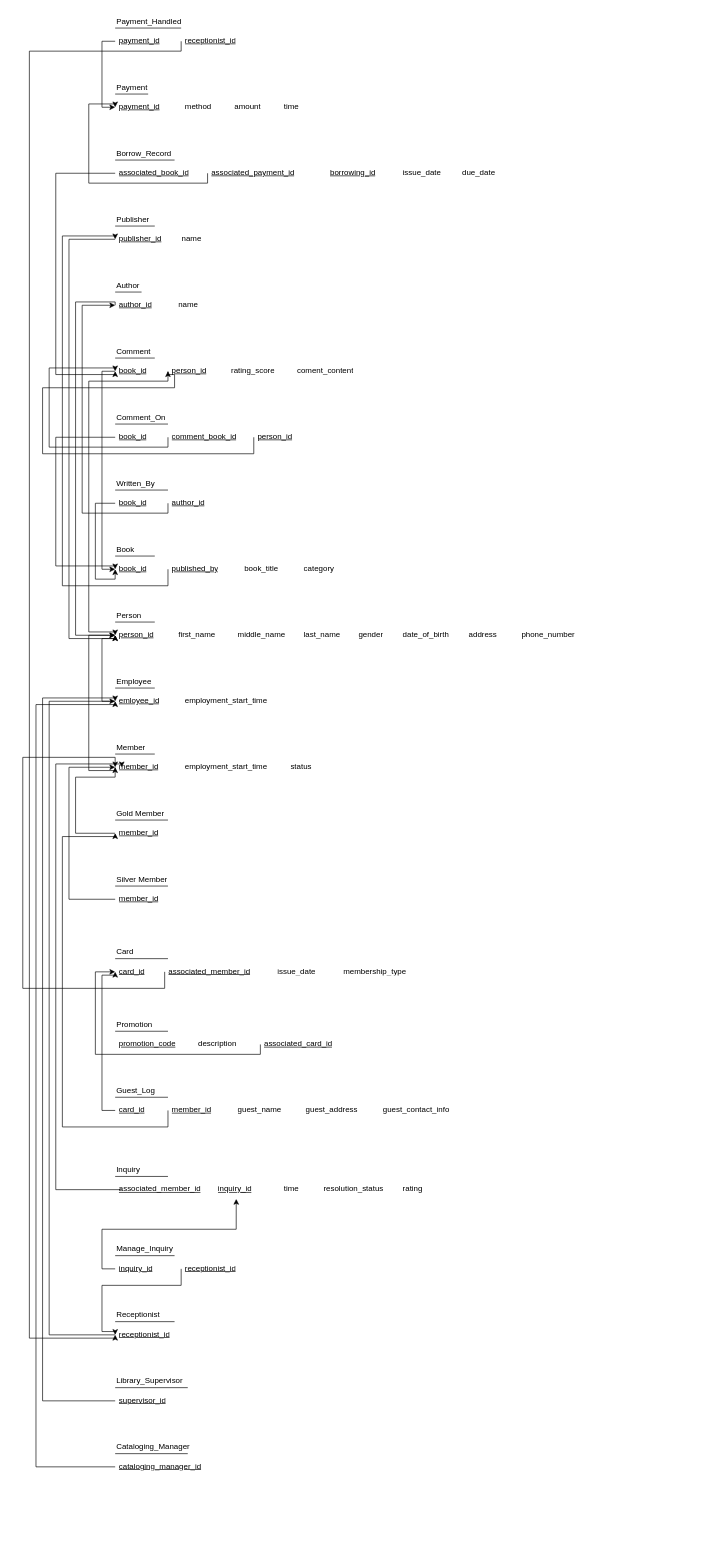
Above: page "RELATIONAL SCHEMA" (2 of 2) of CS4347 - Project.drawio in AO-5002/cs4347-EER-project (draw.io), before the change. Source tidied: cells renumbered, new cells numbered last; positions are measured from the earlier drawing's top-left corner, leaving out a move shared by most shapes. Both pictures are drawn from the tidied source at 66%, with x=0, y=0 at pixel (22, 11).
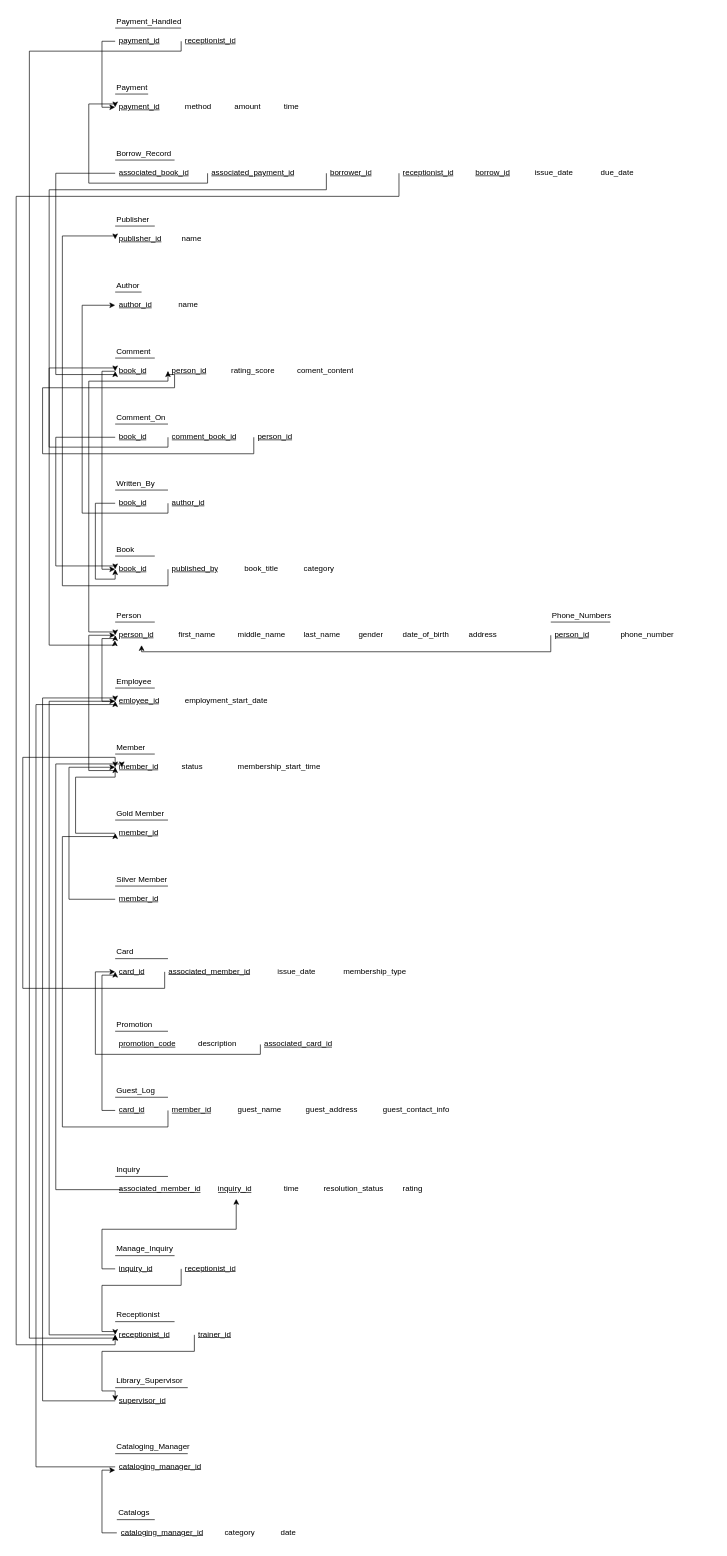
The same page after the edit.

Commit message:
finalized relational schema after revisions

Unchanged cells that the change refers to:
```xml
<mxCell id="4" value="&lt;u&gt;person_id&lt;/u&gt;" style="text;strokeColor=none;fillColor=none;spacingLeft=4;spacingRight=4;overflow=hidden;points=[[0,0.5],[1,0.5]];portConstraint=eastwest;fontSize=12;whiteSpace=wrap;html=1;" parent="1" vertex="1">
  <mxGeometry x="140" y="930" width="80" height="30" as="geometry" />
</mxCell>
<mxCell id="71" value="&lt;u&gt;author_id&lt;/u&gt;" style="text;strokeColor=none;fillColor=none;spacingLeft=4;spacingRight=4;overflow=hidden;points=[[0,0.5],[1,0.5]];portConstraint=eastwest;fontSize=12;whiteSpace=wrap;html=1;" parent="1" vertex="1">
  <mxGeometry x="140" y="430" width="80" height="30" as="geometry" />
</mxCell>
<mxCell id="82" value="&lt;u&gt;publisher_id&lt;/u&gt;" style="text;strokeColor=none;fillColor=none;spacingLeft=4;spacingRight=4;overflow=hidden;points=[[0,0.5],[1,0.5]];portConstraint=eastwest;fontSize=12;whiteSpace=wrap;html=1;" parent="1" vertex="1">
  <mxGeometry x="140" y="330" width="80" height="30" as="geometry" />
</mxCell>
<mxCell id="109" value="&lt;u&gt;receptionist_id&lt;/u&gt;" style="text;strokeColor=none;fillColor=none;spacingLeft=4;spacingRight=4;overflow=hidden;points=[[0,0.5],[1,0.5]];portConstraint=eastwest;fontSize=12;whiteSpace=wrap;html=1;" parent="1" vertex="1">
  <mxGeometry x="140" y="1990" width="90" height="30" as="geometry" />
</mxCell>
<mxCell id="113" value="&lt;u&gt;supervisor_id&lt;/u&gt;" style="text;strokeColor=none;fillColor=none;spacingLeft=4;spacingRight=4;overflow=hidden;points=[[0,0.5],[1,0.5]];portConstraint=eastwest;fontSize=12;whiteSpace=wrap;html=1;" parent="1" vertex="1">
  <mxGeometry x="140" y="2090" width="90" height="30" as="geometry" />
</mxCell>
<mxCell id="117" value="&lt;u&gt;cataloging_manager_id&lt;/u&gt;" style="text;strokeColor=none;fillColor=none;spacingLeft=4;spacingRight=4;overflow=hidden;points=[[0,0.5],[1,0.5]];portConstraint=eastwest;fontSize=12;whiteSpace=wrap;html=1;" parent="1" vertex="1">
  <mxGeometry x="140" y="2190" width="140" height="30" as="geometry" />
</mxCell>
```

The edit, as a diff of the source:
```diff
@@
-    <mxCell id="11" value="phone_number" style="text;strokeColor=none;fillColor=none;spacingLeft=4;spacingRight=4;overflow=hidden;fontSize=12;whiteSpace=wrap;html=1;" parent="1" vertex="1">
-      <mxGeometry x="750" y="930" width="110" height="30" as="geometry" />
-    </mxCell>
@@
-    <mxCell id="16" value="employment_start_time" style="text;strokeColor=none;fillColor=none;spacingLeft=4;spacingRight=4;overflow=hidden;fontSize=12;whiteSpace=wrap;html=1;" parent="1" vertex="1">
+    <mxCell id="16" value="employment_start_date" style="text;strokeColor=none;fillColor=none;spacingLeft=4;spacingRight=4;overflow=hidden;fontSize=12;whiteSpace=wrap;html=1;" parent="1" vertex="1">
       <mxGeometry x="240" y="1030" width="150" height="30" as="geometry" />
     </mxCell>
@@
-    <mxCell id="21" value="employment_start_time" style="text;strokeColor=none;fillColor=none;spacingLeft=4;spacingRight=4;overflow=hidden;fontSize=12;whiteSpace=wrap;html=1;" parent="1" vertex="1">
-      <mxGeometry x="240" y="1130" width="150" height="30" as="geometry" />
-    </mxCell>
     <mxCell id="22" value="status" style="text;strokeColor=none;fillColor=none;spacingLeft=4;spacingRight=4;overflow=hidden;fontSize=12;whiteSpace=wrap;html=1;" parent="1" vertex="1">
-      <mxGeometry x="400" y="1130" width="150" height="30" as="geometry" />
+      <mxGeometry x="235" y="1130" width="150" height="30" as="geometry" />
     </mxCell>
@@
-    <mxCell id="70" style="edgeStyle=orthogonalEdgeStyle;rounded=0;jettySize=auto;html=1;exitX=0;exitY=0.5;exitDx=0;exitDy=0;entryX=0;entryY=0.5;entryDx=0;entryDy=0;" parent="1" edge="1" source="71" target="4">
-      <mxGeometry relative="1" as="geometry">
-        <Array as="points">
-          <mxPoint x="140" y="440" />
-          <mxPoint x="80" y="440" />
-          <mxPoint x="80" y="945" />
-        </Array>
-      </mxGeometry>
-    </mxCell>
@@
-    <mxCell id="81" style="edgeStyle=orthogonalEdgeStyle;rounded=0;jettySize=auto;html=1;exitX=0;exitY=0.5;exitDx=0;exitDy=0;entryX=0;entryY=0.5;entryDx=0;entryDy=0;" parent="1" edge="1" source="82" target="4">
-      <mxGeometry relative="1" as="geometry">
-        <Array as="points">
-          <mxPoint x="70" y="345" />
-          <mxPoint x="70" y="950" />
-          <mxPoint x="140" y="950" />
-        </Array>
-      </mxGeometry>
-    </mxCell>
@@
+    <mxCell id="139" style="edgeStyle=orthogonalEdgeStyle;rounded=0;jettySize=auto;html=1;exitX=0;exitY=0.5;exitDx=0;exitDy=0;entryX=-0.006;entryY=0.76;entryDx=0;entryDy=0;entryPerimeter=0;" parent="1" edge="1" source="86" target="4">
+      <mxGeometry relative="1" as="geometry">
+        <Array as="points">
+          <mxPoint x="460" y="270" />
+          <mxPoint x="40" y="270" />
+          <mxPoint x="40" y="960" />
+          <mxPoint x="140" y="960" />
+        </Array>
+      </mxGeometry>
+    </mxCell>
-    <mxCell id="86" value="&lt;u&gt;borrowing_id&lt;/u&gt;" style="text;strokeColor=none;fillColor=none;spacingLeft=4;spacingRight=4;overflow=hidden;points=[[0,0.5],[1,0.5]];portConstraint=eastwest;fontSize=12;whiteSpace=wrap;html=1;" parent="1" vertex="1">
+    <mxCell id="86" value="&lt;u&gt;borrower_id&lt;/u&gt;" style="text;strokeColor=none;fillColor=none;spacingLeft=4;spacingRight=4;overflow=hidden;points=[[0,0.5],[1,0.5]];portConstraint=eastwest;fontSize=12;whiteSpace=wrap;html=1;" parent="1" vertex="1">
       <mxGeometry x="460" y="230" width="80" height="30" as="geometry" />
     </mxCell>
     <mxCell id="87" value="issue_date" style="text;strokeColor=none;fillColor=none;spacingLeft=4;spacingRight=4;overflow=hidden;fontSize=12;whiteSpace=wrap;html=1;" parent="1" vertex="1">
-      <mxGeometry x="570" y="230" width="70" height="30" as="geometry" />
+      <mxGeometry x="770" y="230" width="70" height="30" as="geometry" />
     </mxCell>
     <mxCell id="88" value="due_date" style="text;strokeColor=none;fillColor=none;spacingLeft=4;spacingRight=4;overflow=hidden;fontSize=12;whiteSpace=wrap;html=1;" parent="1" vertex="1">
-      <mxGeometry x="660" y="230" width="70" height="30" as="geometry" />
+      <mxGeometry x="870" y="230" width="70" height="30" as="geometry" />
     </mxCell>
@@
+    <mxCell id="140" value="membership_start_time" style="text;strokeColor=none;fillColor=none;spacingLeft=4;spacingRight=4;overflow=hidden;fontSize=12;whiteSpace=wrap;html=1;" parent="1" vertex="1">
+      <mxGeometry x="320" y="1130" width="150" height="30" as="geometry" />
+    </mxCell>
+    <mxCell id="141" style="edgeStyle=orthogonalEdgeStyle;rounded=0;jettySize=auto;html=1;exitX=0;exitY=0.5;exitDx=0;exitDy=0;entryX=0;entryY=0.5;entryDx=0;entryDy=0;" parent="1" edge="1" source="142" target="113">
+      <mxGeometry relative="1" as="geometry">
+        <Array as="points">
+          <mxPoint x="260" y="2030" />
+          <mxPoint x="120" y="2030" />
+          <mxPoint x="120" y="2090" />
+          <mxPoint x="140" y="2090" />
+        </Array>
+      </mxGeometry>
+    </mxCell>
+    <mxCell id="142" value="&lt;u&gt;trainer_id&lt;/u&gt;" style="text;strokeColor=none;fillColor=none;spacingLeft=4;spacingRight=4;overflow=hidden;points=[[0,0.5],[1,0.5]];portConstraint=eastwest;fontSize=12;whiteSpace=wrap;html=1;" parent="1" vertex="1">
+      <mxGeometry x="260" y="1990" width="90" height="30" as="geometry" />
+    </mxCell>
+    <mxCell id="143" value="Phone_Numbers" style="text;html=1;whiteSpace=wrap;strokeColor=none;fillColor=none;align=left;verticalAlign=middle;rounded=0;" parent="1" vertex="1">
+      <mxGeometry x="800" y="900" width="80" height="30" as="geometry" />
+    </mxCell>
+    <mxCell id="144" style="line;strokeWidth=1;dashed=0;labelPosition=right;align=left;verticalAlign=middle;spacingTop=0;spacingLeft=6;" parent="1" vertex="1">
+      <mxGeometry x="800" y="920" width="90" height="10" as="geometry" />
+    </mxCell>
+    <mxCell id="145" style="edgeStyle=orthogonalEdgeStyle;rounded=0;jettySize=auto;html=1;exitX=0;exitY=0.5;exitDx=0;exitDy=0;" parent="1" edge="1" source="146" target="4">
+      <mxGeometry relative="1" as="geometry">
+        <Array as="points">
+          <mxPoint x="800" y="970" />
+          <mxPoint x="180" y="970" />
+        </Array>
+      </mxGeometry>
+    </mxCell>
+    <mxCell id="146" value="&lt;u&gt;person_id&lt;/u&gt;" style="text;strokeColor=none;fillColor=none;spacingLeft=4;spacingRight=4;overflow=hidden;points=[[0,0.5],[1,0.5]];portConstraint=eastwest;fontSize=12;whiteSpace=wrap;html=1;" parent="1" vertex="1">
+      <mxGeometry x="800" y="930" width="80" height="30" as="geometry" />
+    </mxCell>
+    <mxCell id="11" value="phone_number" style="text;strokeColor=none;fillColor=none;spacingLeft=4;spacingRight=4;overflow=hidden;fontSize=12;whiteSpace=wrap;html=1;" parent="1" vertex="1">
+      <mxGeometry x="900" y="930" width="150" height="30" as="geometry" />
+    </mxCell>
+    <mxCell id="147" value="Catalogs" style="text;html=1;whiteSpace=wrap;strokeColor=none;fillColor=none;align=left;verticalAlign=middle;rounded=0;" parent="1" vertex="1">
+      <mxGeometry x="142.5" y="2260" width="120" height="30" as="geometry" />
+    </mxCell>
+    <mxCell id="148" style="line;strokeWidth=1;dashed=0;labelPosition=right;align=left;verticalAlign=middle;spacingTop=0;spacingLeft=6;" parent="1" vertex="1">
+      <mxGeometry x="142.5" y="2280" width="57.5" height="10" as="geometry" />
+    </mxCell>
+    <mxCell id="149" value="&lt;u&gt;cataloging_manager_id&lt;/u&gt;" style="text;strokeColor=none;fillColor=none;spacingLeft=4;spacingRight=4;overflow=hidden;points=[[0,0.5],[1,0.5]];portConstraint=eastwest;fontSize=12;whiteSpace=wrap;html=1;" parent="1" vertex="1">
+      <mxGeometry x="142.5" y="2290" width="140" height="30" as="geometry" />
+    </mxCell>
+    <mxCell id="150" value="category" style="text;strokeColor=none;fillColor=none;spacingLeft=4;spacingRight=4;overflow=hidden;fontSize=12;whiteSpace=wrap;html=1;" parent="1" vertex="1">
+      <mxGeometry x="300" y="2290" width="140" height="30" as="geometry" />
+    </mxCell>
+    <mxCell id="151" value="date" style="text;strokeColor=none;fillColor=none;spacingLeft=4;spacingRight=4;overflow=hidden;fontSize=12;whiteSpace=wrap;html=1;" parent="1" vertex="1">
+      <mxGeometry x="385" y="2290" width="140" height="30" as="geometry" />
+    </mxCell>
+    <mxCell id="152" style="edgeStyle=orthogonalEdgeStyle;rounded=0;jettySize=auto;html=1;exitX=0;exitY=0.5;exitDx=0;exitDy=0;entryX=0;entryY=0.667;entryDx=0;entryDy=0;entryPerimeter=0;" parent="1" edge="1" source="149" target="117">
+      <mxGeometry relative="1" as="geometry" />
+    </mxCell>
+    <mxCell id="153" style="edgeStyle=orthogonalEdgeStyle;rounded=0;jettySize=auto;html=1;exitX=0;exitY=0.5;exitDx=0;exitDy=0;entryX=0;entryY=0.5;entryDx=0;entryDy=0;" parent="1" edge="1" source="154" target="109">
+      <mxGeometry relative="1" as="geometry">
+        <Array as="points">
+          <mxPoint x="570" y="280" />
+          <mxPoint x="-10" y="280" />
+          <mxPoint x="-10" y="2020" />
+          <mxPoint x="140" y="2020" />
+        </Array>
+      </mxGeometry>
+    </mxCell>
+    <mxCell id="154" value="&lt;u&gt;receptionist_id&lt;/u&gt;" style="text;strokeColor=none;fillColor=none;spacingLeft=4;spacingRight=4;overflow=hidden;points=[[0,0.5],[1,0.5]];portConstraint=eastwest;fontSize=12;whiteSpace=wrap;html=1;" parent="1" vertex="1">
+      <mxGeometry x="570" y="230" width="90" height="30" as="geometry" />
+    </mxCell>
+    <mxCell id="155" value="&lt;u&gt;borrow_id&lt;/u&gt;" style="text;strokeColor=none;fillColor=none;spacingLeft=4;spacingRight=4;overflow=hidden;fontSize=12;whiteSpace=wrap;html=1;" parent="1" vertex="1">
+      <mxGeometry x="680" y="230" width="90" height="30" as="geometry" />
+    </mxCell>
```
